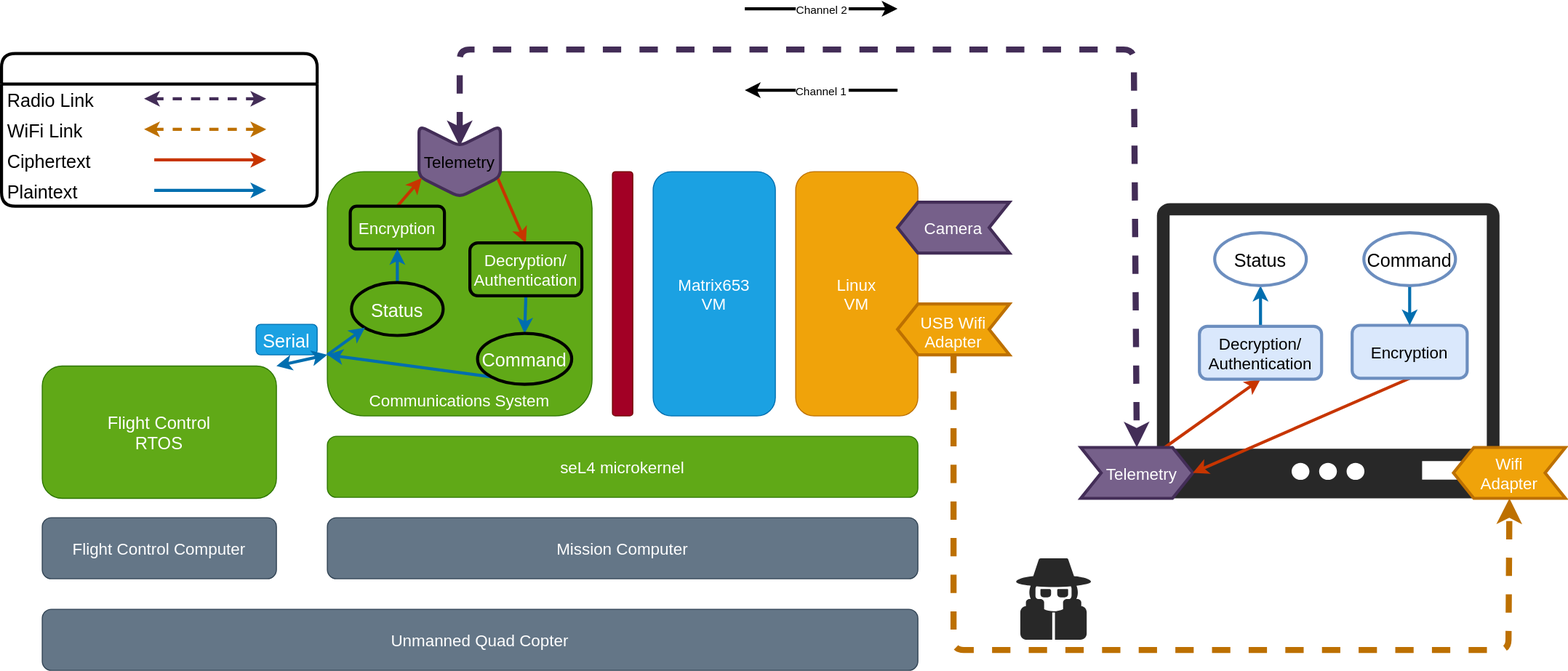
Above: pics/system.svg in colorglass/seL4_rpi4 (draw.io), before the change. Source tidied: cells renumbered, new cells last; positions are measured from the earlier drawing's top-left corner, leaving out a move shared by most shapes.
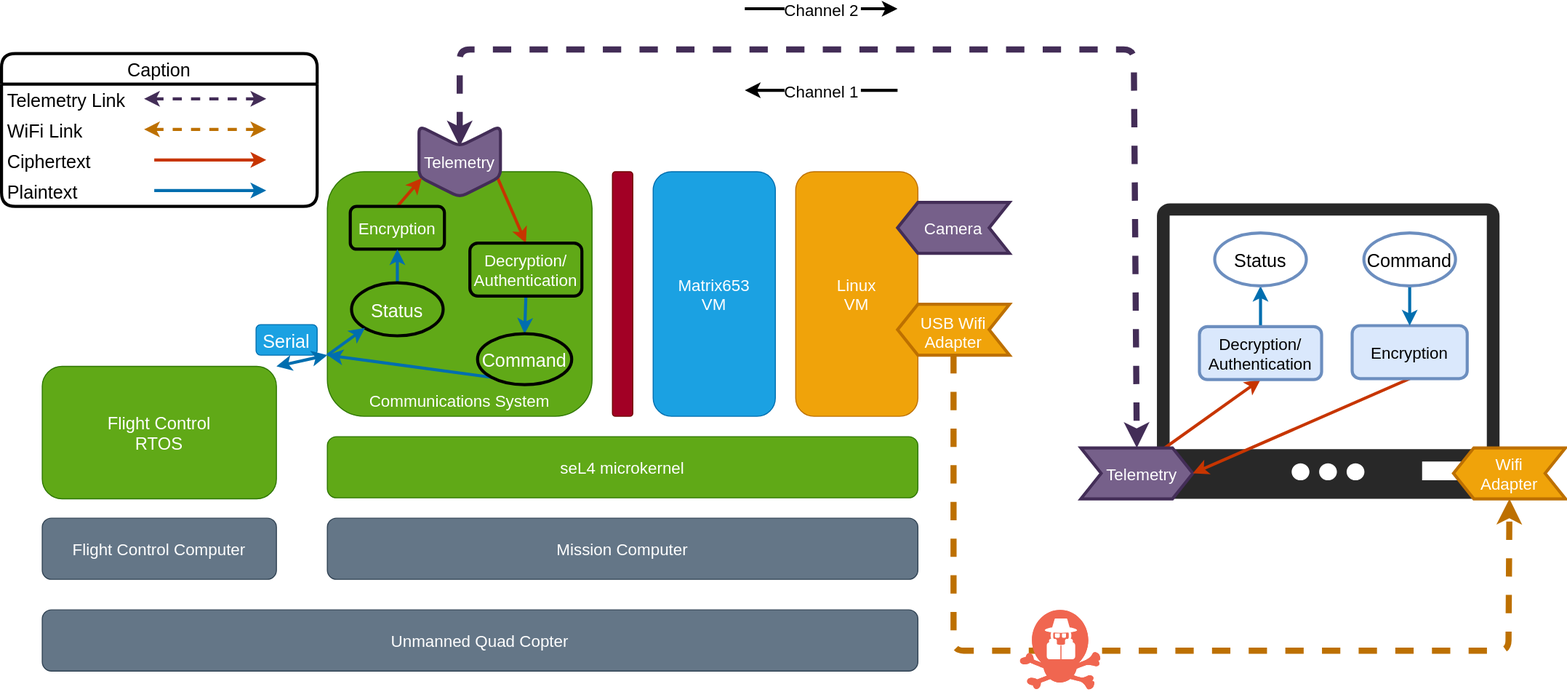
Later version of the same file.

Change to the diagram source:
```diff
@@ -38,7 +38,7 @@
     <mxCell id="13" style="shape=step;perimeter=stepPerimeter;fixedSize=1;rounded=1;strokeColor=#432D57;strokeWidth=3;fontSize=16;fontColor=#ffffff;rotation=90;fillColor=#76608a;arcSize=14;" parent="1" vertex="1">
       <mxGeometry x="415" y="110" width="70" height="80" as="geometry" />
     </mxCell>
-    <mxCell id="14" value="Telemetry" style="text;strokeColor=none;fillColor=none;align=center;verticalAlign=middle;rounded=0;strokeWidth=3;fontSize=16;fontColor=#000000;" parent="1" vertex="1">
+    <mxCell id="14" value="Telemetry" style="text;strokeColor=none;fillColor=none;align=center;verticalAlign=middle;rounded=0;strokeWidth=3;fontSize=16;fontColor=#FFFFFF;" parent="1" vertex="1">
       <mxGeometry x="420" y="135" width="60" height="30" as="geometry" />
     </mxCell>
     <mxCell id="15" style="edgeStyle=none;exitX=0.75;exitY=0;exitDx=0;exitDy=0;entryX=0.5;entryY=1;entryDx=0;entryDy=0;strokeWidth=3;fontSize=18;fontColor=#000000;fillColor=#fa6800;strokeColor=#C73500;" parent="1" edge="1" source="16" target="50">
@@ -128,10 +128,10 @@
     <mxCell id="39" style="edgeStyle=none;exitX=0;exitY=0.75;exitDx=0;exitDy=0;entryX=0;entryY=1;entryDx=0;entryDy=0;strokeWidth=3;fontSize=18;fontColor=#FFFFFF;fillColor=#1ba1e2;strokeColor=#006EAF;" parent="1" edge="1" source="8" target="38">
       <mxGeometry relative="1" as="geometry" />
     </mxCell>
-    <mxCell id="40" value="Caption" style="swimlane;fontStyle=0;horizontal=1;startSize=30;rounded=1;glass=0;strokeColor=#000000;strokeWidth=3;fontSize=18;fontColor=#FFFFFF;fillColor=none;" parent="1" vertex="1">
+    <mxCell id="40" value="Caption" style="swimlane;fontStyle=0;horizontal=1;startSize=30;rounded=1;glass=0;strokeColor=#000000;strokeWidth=3;fontSize=18;fontColor=#000000;fillColor=none;" parent="1" vertex="1">
       <mxGeometry y="44" width="310" height="150" as="geometry" />
     </mxCell>
-    <mxCell id="41" value="Radio Link" style="text;strokeColor=none;fillColor=none;align=left;verticalAlign=middle;spacingLeft=4;spacingRight=4;overflow=hidden;rounded=1;glass=0;strokeWidth=3;fontSize=18;fontColor=#000000;" parent="40" vertex="1">
+    <mxCell id="41" value="Telemetry Link" style="text;strokeColor=none;fillColor=none;align=left;verticalAlign=middle;spacingLeft=4;spacingRight=4;overflow=hidden;rounded=1;glass=0;strokeWidth=3;fontSize=18;fontColor=#000000;" parent="40" vertex="1">
       <mxGeometry y="30" width="310" height="30" as="geometry" />
     </mxCell>
     <mxCell id="42" style="endArrow=classic;startArrow=classic;strokeWidth=3;fontSize=18;fontColor=#FFFFFF;dashed=1;fillColor=#76608a;strokeColor=#432D57;" parent="40" edge="1">
@@ -188,7 +188,7 @@
         <mxPoint x="880" as="targetPoint" />
       </mxGeometry>
     </mxCell>
-    <mxCell id="55" value="Channel 2" style="edgeLabel;align=center;verticalAlign=middle;" parent="54" vertex="1">
+    <mxCell id="55" value="Channel 2" style="edgeLabel;align=center;verticalAlign=middle;fontSize=16;" parent="54" vertex="1">
       <mxGeometry relative="1" as="geometry" />
     </mxCell>
     <mxCell id="56" style="endArrow=classic;strokeWidth=3;" parent="1" edge="1">
@@ -197,11 +197,11 @@
         <mxPoint x="730" y="80" as="targetPoint" />
       </mxGeometry>
     </mxCell>
-    <mxCell id="57" value="Channel 1" style="edgeLabel;align=center;verticalAlign=middle;" parent="56" vertex="1">
+    <mxCell id="57" value="Channel 1" style="edgeLabel;align=center;verticalAlign=middle;fontSize=16;" parent="56" vertex="1">
       <mxGeometry relative="1" as="geometry" />
     </mxCell>
-    <mxCell id="58" style="verticalLabelPosition=bottom;sketch=0;html=1;fillColor=#282828;strokeColor=none;verticalAlign=top;align=center;shape=mxgraph.cisco_safe.security_icons.icon22;" parent="1" vertex="1">
-      <mxGeometry x="996.5" y="540" width="73.5" height="80" as="geometry" />
-    </mxCell>
+    <mxCell id="59" style="verticalLabelPosition=bottom;sketch=0;html=1;fillColor=#F06650;strokeColor=#ffffff;verticalAlign=top;align=center;shape=mxgraph.cisco_safe.compositeIcon;bgIcon=threat5;resIcon=mxgraph.cisco_safe.threat.threat_e3;" parent="1" vertex="1">
+      <mxGeometry x="1000" y="590" width="80" height="80" as="geometry" />
+    </mxCell>
   </root>
 </mxGraphModel>
```
